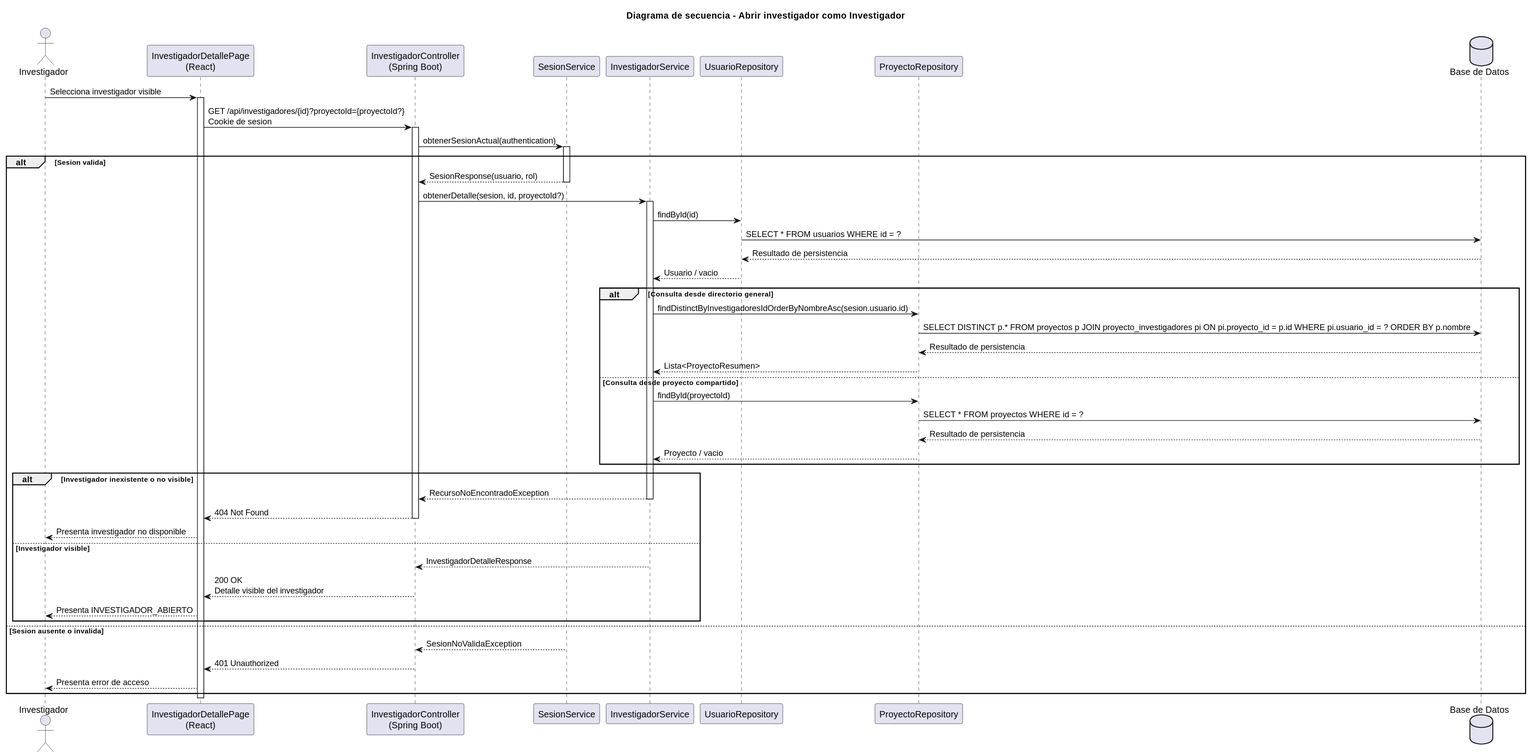
This is images/RUP/02-diseño/casos-uso/investigador/abrirInvestigador/secuencia.svg from beatriizorozco/25-26-idsw2-sdVC, a PlantUML export, as it was before one commit.
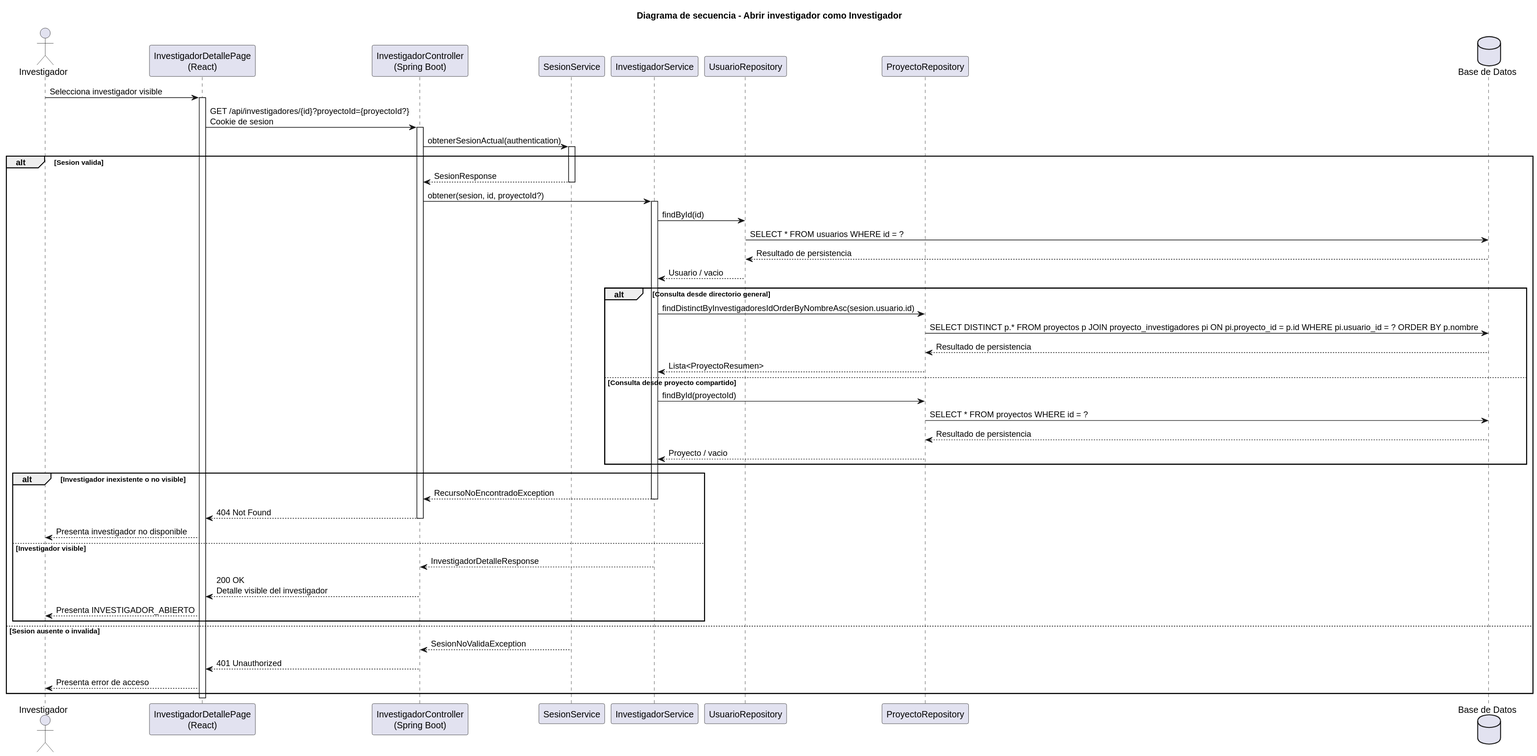
After the commit.

What changed in the source:
```diff
@@ -17,9 +17,9 @@
 Api -> Sesion: obtenerSesionActual(authentication)
 activate Sesion
 alt Sesion valida
-    Sesion --> Api: SesionResponse(usuario, rol)
+    Sesion --> Api: SesionResponse
     deactivate Sesion
-    Api -> Service: obtenerDetalle(sesion, id, proyectoId?)
+    Api -> Service: obtener(sesion, id, proyectoId?)
     activate Service
     Service -> UsuarioRepo: findById(id)
     UsuarioRepo -> DB: SELECT * FROM usuarios WHERE id = ?
```
